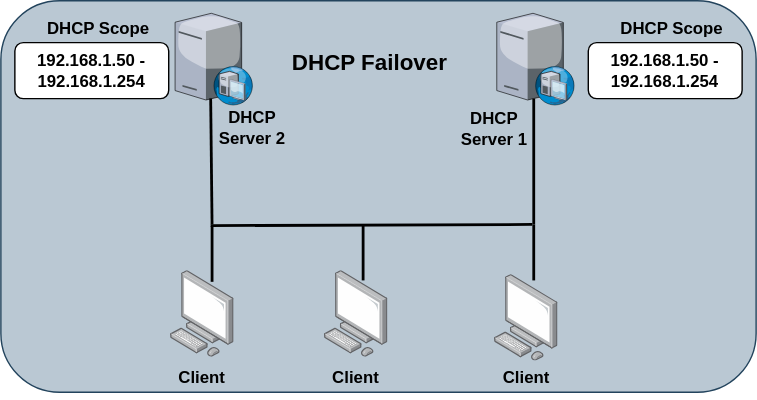
DanPoznanski/mywebcum keeps this draw.io diagram as content/posts/Windows Server/images/ws125.svg. Above is the earlier version. Source tidied: cells renumbered, new cells last; positions are measured from the earlier drawing's top-left corner, leaving out a move shared by most shapes. Source of this version:
```xml
<mxGraphModel>
  <root>
    <mxCell id="0" />
    <mxCell id="1" parent="0" />
    <mxCell id="2" parent="1" />
    <mxCell id="3" style="rounded=1;whiteSpace=wrap;html=1;fillColor=#bac8d3;strokeColor=#23445d;" parent="2" vertex="1">
      <mxGeometry x="210" y="300" width="540" height="280" as="geometry" />
    </mxCell>
    <mxCell id="4" style="image;html=1;align=center;shadow=0;dashed=0;image=img/lib/allied_telesis/computer_and_terminals/Personal_Computer.svg;" parent="2" vertex="1">
      <mxGeometry x="563" y="496" width="45.6" height="61.8" as="geometry" />
    </mxCell>
    <mxCell id="5" style="verticalLabelPosition=bottom;sketch=0;html=1;verticalAlign=top;strokeColor=none;align=center;shape=mxgraph.citrix.dhcp_server;" parent="2" vertex="1">
      <mxGeometry x="564.6" y="309" width="55.4" height="65.7" as="geometry" />
    </mxCell>
    <mxCell id="6" value="&lt;b&gt;Client&lt;/b&gt;" style="text;html=1;align=center;verticalAlign=middle;whiteSpace=wrap;rounded=0;" parent="2" vertex="1">
      <mxGeometry x="555.8" y="555" width="60" height="30" as="geometry" />
    </mxCell>
    <mxCell id="7" value="&lt;b&gt;DHCP&lt;br&gt;Server 1&lt;br&gt;&lt;/b&gt;" style="text;html=1;align=center;verticalAlign=middle;whiteSpace=wrap;rounded=0;" parent="2" vertex="1">
      <mxGeometry x="533" y="377" width="60" height="30" as="geometry" />
    </mxCell>
    <mxCell id="8" value="&lt;b&gt;&lt;font style=&quot;font-size: 16px;&quot;&gt;DHCP Failover&lt;/font&gt;&lt;/b&gt;" style="text;html=1;align=center;verticalAlign=middle;whiteSpace=wrap;rounded=0;" parent="2" vertex="1">
      <mxGeometry x="404.2" y="329" width="140" height="30" as="geometry" />
    </mxCell>
    <mxCell id="9" style="image;html=1;align=center;shadow=0;dashed=0;image=img/lib/allied_telesis/computer_and_terminals/Personal_Computer.svg;" parent="2" vertex="1">
      <mxGeometry x="331.4" y="493.2" width="45.6" height="61.8" as="geometry" />
    </mxCell>
    <mxCell id="10" value="&lt;b&gt;Client&lt;/b&gt;" style="text;html=1;align=center;verticalAlign=middle;whiteSpace=wrap;rounded=0;" parent="2" vertex="1">
      <mxGeometry x="324.2" y="555" width="60" height="30" as="geometry" />
    </mxCell>
    <mxCell id="11" style="verticalLabelPosition=bottom;sketch=0;html=1;verticalAlign=top;strokeColor=none;align=center;shape=mxgraph.citrix.dhcp_server;" parent="2" vertex="1">
      <mxGeometry x="334.6" y="309" width="55.4" height="65.7" as="geometry" />
    </mxCell>
    <mxCell id="12" value="&lt;b&gt;DHCP&lt;br&gt;Server 2&lt;br&gt;&lt;/b&gt;" style="text;html=1;align=center;verticalAlign=middle;whiteSpace=wrap;rounded=0;" parent="2" vertex="1">
      <mxGeometry x="360" y="376" width="60" height="30" as="geometry" />
    </mxCell>
    <mxCell id="13" value="&lt;b&gt;192.168.1.50 - 192.168.1.254&lt;/b&gt;" style="rounded=1;whiteSpace=wrap;html=1;" parent="2" vertex="1">
      <mxGeometry x="220" y="330" width="110" height="40" as="geometry" />
    </mxCell>
    <mxCell id="14" value="&lt;b&gt;DHCP Scope&lt;/b&gt;" style="text;html=1;align=center;verticalAlign=middle;whiteSpace=wrap;rounded=0;" parent="2" vertex="1">
      <mxGeometry x="240" y="310" width="80" height="20" as="geometry" />
    </mxCell>
    <mxCell id="15" value="&lt;b&gt;192.168.1.50 - 192.168.1.254&lt;/b&gt;" style="rounded=1;whiteSpace=wrap;html=1;" parent="2" vertex="1">
      <mxGeometry x="630" y="330" width="110" height="40" as="geometry" />
    </mxCell>
    <mxCell id="16" value="&lt;b&gt;DHCP Scope&lt;/b&gt;" style="text;html=1;align=center;verticalAlign=middle;whiteSpace=wrap;rounded=0;" parent="2" vertex="1">
      <mxGeometry x="650" y="310" width="80" height="20" as="geometry" />
    </mxCell>
    <mxCell id="17" style="endArrow=none;html=1;rounded=0;strokeWidth=2;" parent="2" edge="1">
      <mxGeometry relative="1" as="geometry">
        <mxPoint x="360" y="370" as="sourcePoint" />
        <mxPoint x="361" y="460" as="targetPoint" />
      </mxGeometry>
    </mxCell>
    <mxCell id="18" style="endArrow=none;html=1;rounded=0;entryX=0.005;entryY=0.433;entryDx=0;entryDy=0;entryPerimeter=0;strokeWidth=2;" parent="2" edge="1">
      <mxGeometry relative="1" as="geometry">
        <mxPoint x="590" y="460" as="sourcePoint" />
        <mxPoint x="360" y="460.8" as="targetPoint" />
      </mxGeometry>
    </mxCell>
    <mxCell id="19" style="endArrow=none;html=1;rounded=0;strokeWidth=2;" parent="2" edge="1">
      <mxGeometry relative="1" as="geometry">
        <mxPoint x="591" y="370" as="sourcePoint" />
        <mxPoint x="591" y="460" as="targetPoint" />
      </mxGeometry>
    </mxCell>
    <mxCell id="20" style="image;html=1;align=center;shadow=0;dashed=0;image=img/lib/allied_telesis/computer_and_terminals/Personal_Computer.svg;" parent="2" vertex="1">
      <mxGeometry x="441.4" y="493.2" width="45.6" height="61.8" as="geometry" />
    </mxCell>
    <mxCell id="21" value="&lt;b&gt;Client&lt;/b&gt;" style="text;html=1;align=center;verticalAlign=middle;whiteSpace=wrap;rounded=0;" parent="2" vertex="1">
      <mxGeometry x="434.2" y="555" width="60" height="30" as="geometry" />
    </mxCell>
    <mxCell id="22" style="endArrow=none;html=1;rounded=0;strokeWidth=2;" parent="2" edge="1">
      <mxGeometry relative="1" as="geometry">
        <mxPoint x="469" y="500" as="sourcePoint" />
        <mxPoint x="469" y="460" as="targetPoint" />
      </mxGeometry>
    </mxCell>
    <mxCell id="23" style="endArrow=none;html=1;rounded=0;strokeWidth=2;" parent="2" edge="1">
      <mxGeometry relative="1" as="geometry">
        <mxPoint x="591" y="500" as="sourcePoint" />
        <mxPoint x="591" y="460" as="targetPoint" />
      </mxGeometry>
    </mxCell>
    <mxCell id="24" style="endArrow=none;html=1;rounded=0;strokeWidth=2;" parent="2" edge="1">
      <mxGeometry relative="1" as="geometry">
        <mxPoint x="361" y="501" as="sourcePoint" />
        <mxPoint x="361" y="461" as="targetPoint" />
      </mxGeometry>
    </mxCell>
  </root>
</mxGraphModel>
```
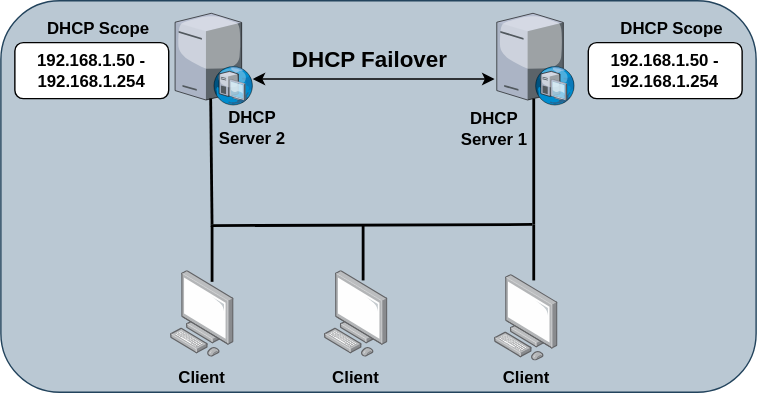
Above is the later version.

What changed in the source:
```diff
@@ -19,7 +19,7 @@
       <mxGeometry x="533" y="377" width="60" height="30" as="geometry" />
     </mxCell>
     <mxCell id="8" value="&lt;b&gt;&lt;font style=&quot;font-size: 16px;&quot;&gt;DHCP Failover&lt;/font&gt;&lt;/b&gt;" style="text;html=1;align=center;verticalAlign=middle;whiteSpace=wrap;rounded=0;" parent="2" vertex="1">
-      <mxGeometry x="404.2" y="329" width="140" height="30" as="geometry" />
+      <mxGeometry x="404.2" y="327" width="140" height="30" as="geometry" />
     </mxCell>
     <mxCell id="9" style="image;html=1;align=center;shadow=0;dashed=0;image=img/lib/allied_telesis/computer_and_terminals/Personal_Computer.svg;" parent="2" vertex="1">
       <mxGeometry x="331.4" y="493.2" width="45.6" height="61.8" as="geometry" />
@@ -87,5 +87,11 @@
         <mxPoint x="361" y="461" as="targetPoint" />
       </mxGeometry>
     </mxCell>
+    <mxCell id="25" style="endArrow=classic;startArrow=classic;html=1;rounded=0;" parent="2" edge="1">
+      <mxGeometry relative="1" as="geometry">
+        <mxPoint x="390" y="356" as="sourcePoint" />
+        <mxPoint x="563" y="356" as="targetPoint" />
+      </mxGeometry>
+    </mxCell>
   </root>
 </mxGraphModel>
```
